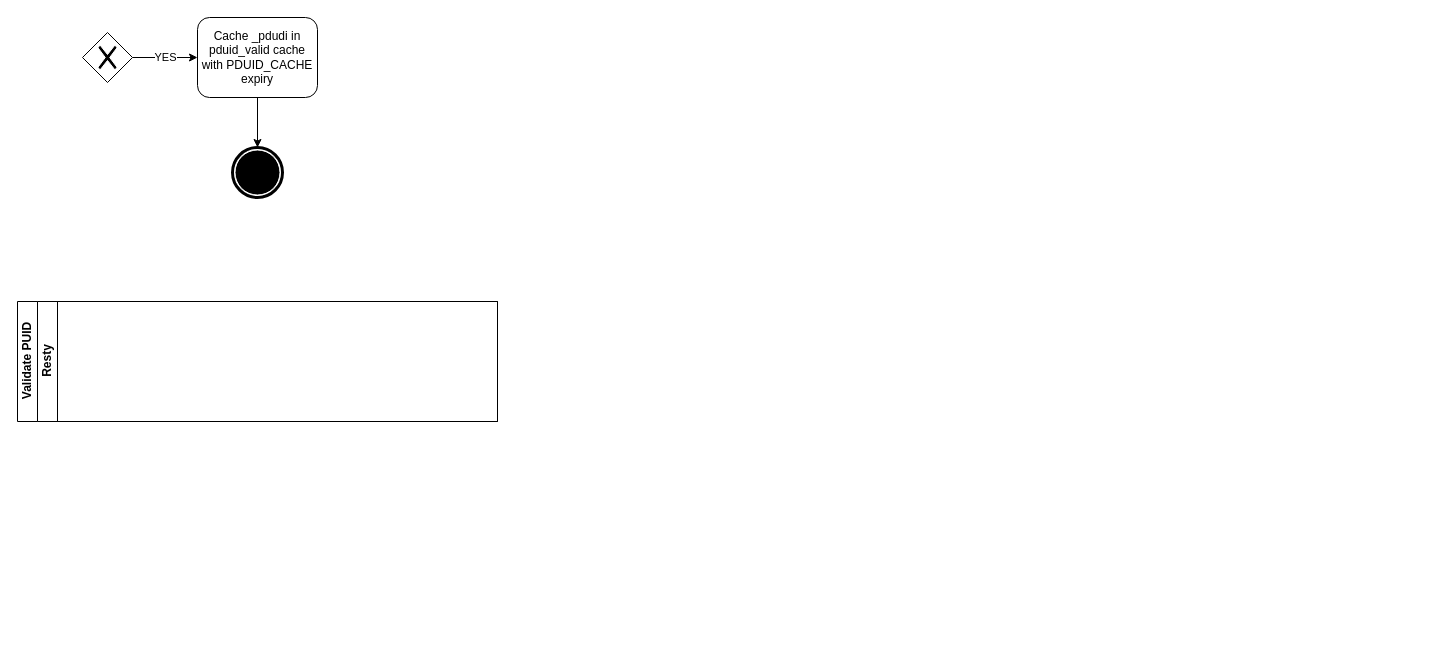
The draw.io diagram page "Validate PUID" (2 of 4) of Diagram.drawio in tajpouria/resty-ip-reputation-example, before the edit. Source tidied: cells renumbered, new cells numbered last; positions are measured from the earlier drawing's top-left corner, leaving out a move shared by most shapes. Both pictures are drawn from the tidied source at 100%, with x=0, y=0 at pixel (17, 17).
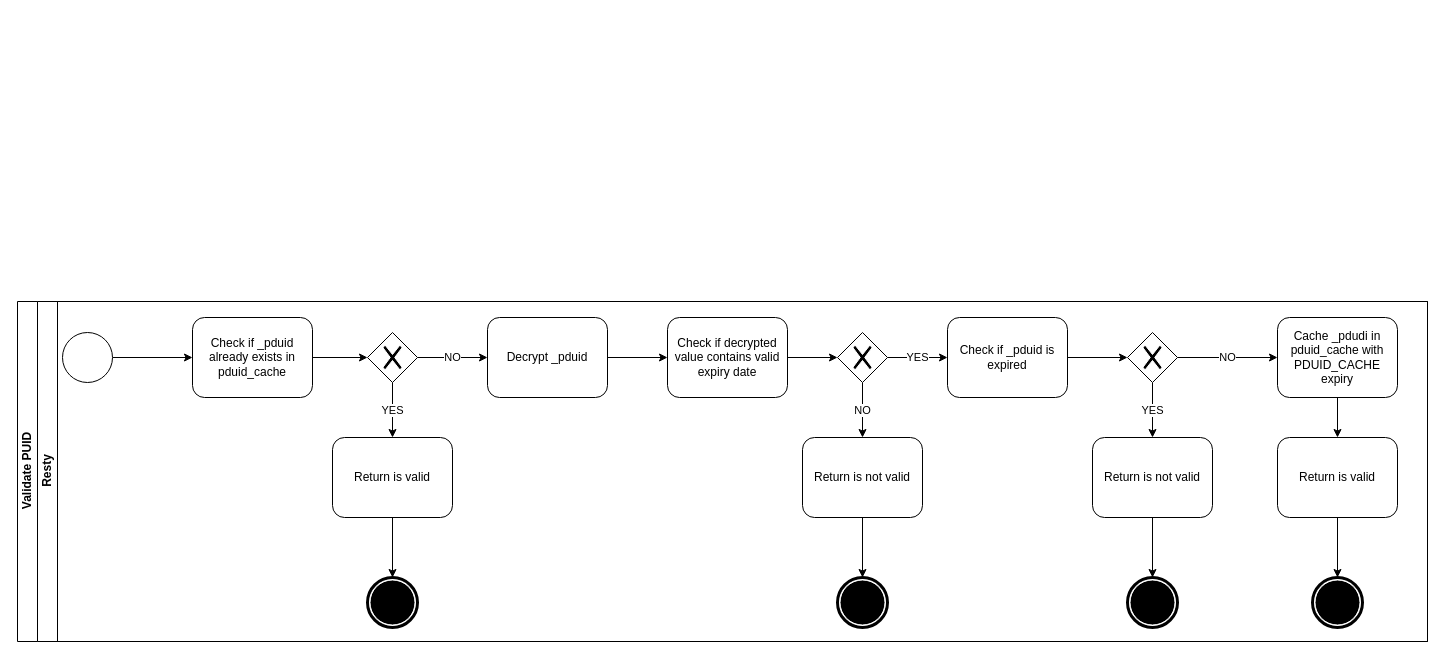
After the change.

Diff of the diagram source:
```diff
@@
     <mxCell id="2" value="Validate PUID" style="swimlane;html=1;horizontal=0;startSize=20;" parent="1" vertex="1">
-      <mxGeometry y="284" width="480" height="120" as="geometry" />
+      <mxGeometry y="284" width="1410" height="340" as="geometry" />
     </mxCell>
     <mxCell id="3" value="Resty" style="swimlane;html=1;startSize=20;horizontal=0;" parent="2" vertex="1">
-      <mxGeometry x="20" width="460" height="120" as="geometry" />
+      <mxGeometry x="20" width="1390" height="340" as="geometry" />
     </mxCell>
-    <mxCell id="4" value="YES" style="edgeStyle=orthogonalEdgeStyle;rounded=0;jettySize=auto;html=1;" parent="1" edge="1" source="5" target="6">
-      <mxGeometry relative="1" as="geometry" />
-    </mxCell>
-    <mxCell id="5" style="shape=mxgraph.bpmn.shape;html=1;verticalLabelPosition=bottom;labelBackgroundColor=#ffffff;verticalAlign=top;align=center;perimeter=rhombusPerimeter;background=gateway;outlineConnect=0;outline=none;symbol=exclusiveGw;" parent="1" vertex="1">
-      <mxGeometry x="65" y="15" width="50" height="50" as="geometry" />
-    </mxCell>
-    <mxCell id="6" value="Cache _pdudi in pduid_valid cache with PDUID_CACHE expiry" style="shape=ext;rounded=1;html=1;fontFamily=Helvetica;labelBorderColor=none;labelBackgroundColor=none;whiteSpace=wrap;" parent="1" vertex="1">
-      <mxGeometry x="180" width="120" height="80" as="geometry" />
-    </mxCell>
-    <mxCell id="7" style="shape=mxgraph.bpmn.shape;html=1;verticalLabelPosition=bottom;labelBackgroundColor=none;verticalAlign=top;align=center;perimeter=ellipsePerimeter;outlineConnect=0;outline=end;symbol=terminate;fontFamily=Helvetica;labelBorderColor=none;whiteSpace=wrap;" parent="1" vertex="1">
-      <mxGeometry x="215" y="130" width="50" height="50" as="geometry" />
-    </mxCell>
-    <mxCell id="8" style="edgeStyle=orthogonalEdgeStyle;rounded=0;jettySize=auto;html=1;" parent="1" edge="1" source="6" target="7">
-      <mxGeometry relative="1" as="geometry" />
-    </mxCell>
+    <mxCell id="9" style="edgeStyle=orthogonalEdgeStyle;rounded=0;jettySize=auto;html=1;" parent="3" edge="1" source="10" target="11">
+      <mxGeometry relative="1" as="geometry" />
+    </mxCell>
+    <mxCell id="10" style="shape=mxgraph.bpmn.shape;html=1;verticalLabelPosition=bottom;labelBackgroundColor=#ffffff;verticalAlign=top;align=center;perimeter=ellipsePerimeter;outlineConnect=0;outline=standard;symbol=general;" parent="3" vertex="1">
+      <mxGeometry x="25" y="31" width="50" height="50" as="geometry" />
+    </mxCell>
+    <mxCell id="11" value="Check if _pduid already exists in pduid_cache" style="shape=ext;rounded=1;html=1;fontFamily=Helvetica;labelBorderColor=none;labelBackgroundColor=none;whiteSpace=wrap;" parent="3" vertex="1">
+      <mxGeometry x="155" y="16" width="120" height="80" as="geometry" />
+    </mxCell>
+    <mxCell id="12" value="NO" style="edgeStyle=orthogonalEdgeStyle;rounded=0;jettySize=auto;html=1;" parent="3" edge="1" source="13" target="20">
+      <mxGeometry relative="1" as="geometry" />
+    </mxCell>
+    <mxCell id="13" style="shape=mxgraph.bpmn.shape;html=1;verticalLabelPosition=bottom;labelBackgroundColor=#ffffff;verticalAlign=top;align=center;perimeter=rhombusPerimeter;background=gateway;outlineConnect=0;outline=none;symbol=exclusiveGw;" parent="3" vertex="1">
+      <mxGeometry x="330" y="31" width="50" height="50" as="geometry" />
+    </mxCell>
+    <mxCell id="14" style="edgeStyle=orthogonalEdgeStyle;rounded=0;jettySize=auto;html=1;" parent="3" edge="1" source="11" target="13">
+      <mxGeometry relative="1" as="geometry" />
+    </mxCell>
+    <mxCell id="15" value="YES" style="edgeStyle=orthogonalEdgeStyle;rounded=0;jettySize=auto;html=1;" parent="3" edge="1" source="13" target="17">
+      <mxGeometry relative="1" as="geometry" />
+    </mxCell>
+    <mxCell id="16" style="edgeStyle=orthogonalEdgeStyle;rounded=0;jettySize=auto;html=1;" parent="3" edge="1" source="17" target="18">
+      <mxGeometry relative="1" as="geometry" />
+    </mxCell>
+    <mxCell id="17" value="Return is valid" style="shape=ext;rounded=1;html=1;fontFamily=Helvetica;labelBorderColor=none;labelBackgroundColor=none;whiteSpace=wrap;" parent="3" vertex="1">
+      <mxGeometry x="295" y="136" width="120" height="80" as="geometry" />
+    </mxCell>
+    <mxCell id="18" style="shape=mxgraph.bpmn.shape;html=1;verticalLabelPosition=bottom;labelBackgroundColor=none;verticalAlign=top;align=center;perimeter=ellipsePerimeter;outlineConnect=0;outline=end;symbol=terminate;fontFamily=Helvetica;labelBorderColor=none;whiteSpace=wrap;" parent="3" vertex="1">
+      <mxGeometry x="330" y="276" width="50" height="50" as="geometry" />
+    </mxCell>
+    <mxCell id="19" style="edgeStyle=orthogonalEdgeStyle;rounded=0;jettySize=auto;html=1;" parent="3" edge="1" source="20" target="22">
+      <mxGeometry relative="1" as="geometry" />
+    </mxCell>
+    <mxCell id="20" value="Decrypt _pduid" style="shape=ext;rounded=1;html=1;fontFamily=Helvetica;labelBorderColor=none;labelBackgroundColor=none;whiteSpace=wrap;" parent="3" vertex="1">
+      <mxGeometry x="450" y="16" width="120" height="80" as="geometry" />
+    </mxCell>
+    <mxCell id="21" style="edgeStyle=orthogonalEdgeStyle;rounded=0;jettySize=auto;html=1;" parent="3" edge="1" source="22" target="25">
+      <mxGeometry relative="1" as="geometry" />
+    </mxCell>
+    <mxCell id="22" value="Check if decrypted value contains valid expiry date" style="shape=ext;rounded=1;html=1;fontFamily=Helvetica;labelBorderColor=none;labelBackgroundColor=none;whiteSpace=wrap;" parent="3" vertex="1">
+      <mxGeometry x="630" y="16" width="120" height="80" as="geometry" />
+    </mxCell>
+    <mxCell id="23" value="NO" style="edgeStyle=orthogonalEdgeStyle;rounded=0;jettySize=auto;html=1;" parent="3" edge="1" source="25" target="27">
+      <mxGeometry relative="1" as="geometry" />
+    </mxCell>
+    <mxCell id="24" value="YES" style="edgeStyle=orthogonalEdgeStyle;rounded=0;jettySize=auto;html=1;" parent="3" edge="1" source="25" target="30">
+      <mxGeometry relative="1" as="geometry" />
+    </mxCell>
+    <mxCell id="25" style="shape=mxgraph.bpmn.shape;html=1;verticalLabelPosition=bottom;labelBackgroundColor=#ffffff;verticalAlign=top;align=center;perimeter=rhombusPerimeter;background=gateway;outlineConnect=0;outline=none;symbol=exclusiveGw;" parent="3" vertex="1">
+      <mxGeometry x="800" y="31" width="50" height="50" as="geometry" />
+    </mxCell>
+    <mxCell id="26" style="edgeStyle=orthogonalEdgeStyle;rounded=0;jettySize=auto;html=1;" parent="3" edge="1" source="27" target="28">
+      <mxGeometry relative="1" as="geometry" />
+    </mxCell>
+    <mxCell id="27" value="Return is not valid" style="shape=ext;rounded=1;html=1;fontFamily=Helvetica;labelBorderColor=none;labelBackgroundColor=none;whiteSpace=wrap;" parent="3" vertex="1">
+      <mxGeometry x="765" y="136" width="120" height="80" as="geometry" />
+    </mxCell>
+    <mxCell id="28" style="shape=mxgraph.bpmn.shape;html=1;verticalLabelPosition=bottom;labelBackgroundColor=none;verticalAlign=top;align=center;perimeter=ellipsePerimeter;outlineConnect=0;outline=end;symbol=terminate;fontFamily=Helvetica;labelBorderColor=none;whiteSpace=wrap;" parent="3" vertex="1">
+      <mxGeometry x="800" y="276" width="50" height="50" as="geometry" />
+    </mxCell>
+    <mxCell id="29" style="edgeStyle=orthogonalEdgeStyle;rounded=0;jettySize=auto;html=1;" parent="3" edge="1" source="30" target="33">
+      <mxGeometry relative="1" as="geometry" />
+    </mxCell>
+    <mxCell id="30" value="Check if _pduid is expired" style="shape=ext;rounded=1;html=1;fontFamily=Helvetica;labelBorderColor=none;labelBackgroundColor=none;whiteSpace=wrap;" parent="3" vertex="1">
+      <mxGeometry x="910" y="16" width="120" height="80" as="geometry" />
+    </mxCell>
+    <mxCell id="31" value="YES" style="edgeStyle=orthogonalEdgeStyle;rounded=0;jettySize=auto;html=1;" parent="3" edge="1" source="33" target="35">
+      <mxGeometry relative="1" as="geometry" />
+    </mxCell>
+    <mxCell id="32" value="NO" style="edgeStyle=orthogonalEdgeStyle;rounded=0;jettySize=auto;html=1;" parent="3" edge="1" source="33" target="38">
+      <mxGeometry relative="1" as="geometry" />
+    </mxCell>
+    <mxCell id="33" style="shape=mxgraph.bpmn.shape;html=1;verticalLabelPosition=bottom;labelBackgroundColor=#ffffff;verticalAlign=top;align=center;perimeter=rhombusPerimeter;background=gateway;outlineConnect=0;outline=none;symbol=exclusiveGw;" parent="3" vertex="1">
+      <mxGeometry x="1090" y="31" width="50" height="50" as="geometry" />
+    </mxCell>
+    <mxCell id="34" style="edgeStyle=orthogonalEdgeStyle;rounded=0;jettySize=auto;html=1;" parent="3" edge="1" source="35" target="36">
+      <mxGeometry relative="1" as="geometry" />
+    </mxCell>
+    <mxCell id="35" value="Return is not valid" style="shape=ext;rounded=1;html=1;fontFamily=Helvetica;labelBorderColor=none;labelBackgroundColor=none;whiteSpace=wrap;" parent="3" vertex="1">
+      <mxGeometry x="1055" y="136" width="120" height="80" as="geometry" />
+    </mxCell>
+    <mxCell id="36" style="shape=mxgraph.bpmn.shape;html=1;verticalLabelPosition=bottom;labelBackgroundColor=none;verticalAlign=top;align=center;perimeter=ellipsePerimeter;outlineConnect=0;outline=end;symbol=terminate;fontFamily=Helvetica;labelBorderColor=none;whiteSpace=wrap;" parent="3" vertex="1">
+      <mxGeometry x="1090" y="276" width="50" height="50" as="geometry" />
+    </mxCell>
+    <mxCell id="37" style="edgeStyle=orthogonalEdgeStyle;rounded=0;jettySize=auto;html=1;" parent="3" edge="1" source="38" target="40">
+      <mxGeometry relative="1" as="geometry" />
+    </mxCell>
+    <mxCell id="38" value="Cache _pdudi in pduid_cache with PDUID_CACHE expiry" style="shape=ext;rounded=1;html=1;fontFamily=Helvetica;labelBorderColor=none;labelBackgroundColor=none;whiteSpace=wrap;" parent="3" vertex="1">
+      <mxGeometry x="1240" y="16" width="120" height="80" as="geometry" />
+    </mxCell>
+    <mxCell id="39" style="edgeStyle=orthogonalEdgeStyle;rounded=0;jettySize=auto;html=1;" parent="3" edge="1" source="40" target="41">
+      <mxGeometry relative="1" as="geometry" />
+    </mxCell>
+    <mxCell id="40" value="Return is valid" style="shape=ext;rounded=1;html=1;fontFamily=Helvetica;labelBorderColor=none;labelBackgroundColor=none;whiteSpace=wrap;" parent="3" vertex="1">
+      <mxGeometry x="1240" y="136" width="120" height="80" as="geometry" />
+    </mxCell>
+    <mxCell id="41" style="shape=mxgraph.bpmn.shape;html=1;verticalLabelPosition=bottom;labelBackgroundColor=none;verticalAlign=top;align=center;perimeter=ellipsePerimeter;outlineConnect=0;outline=end;symbol=terminate;fontFamily=Helvetica;labelBorderColor=none;whiteSpace=wrap;" parent="3" vertex="1">
+      <mxGeometry x="1275" y="276" width="50" height="50" as="geometry" />
+    </mxCell>
```
